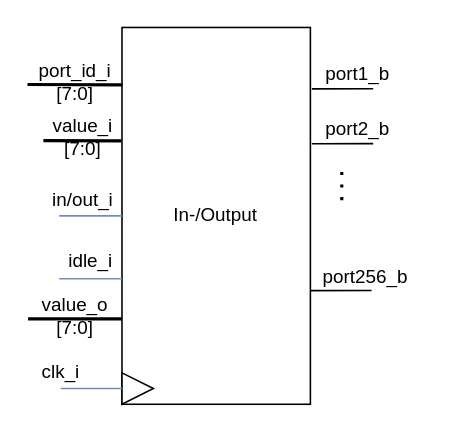
The draw.io diagram Blockbeschreibungen/IO_beschreibung.drawio in graefjk/RO2, before the edit. Source tidied: cells renumbered, new cells numbered last; positions are measured from the earlier drawing's top-left corner, leaving out a move shared by most shapes. Both pictures are drawn from the tidied source at 157%, with x=0, y=0 at pixel (27, 27).
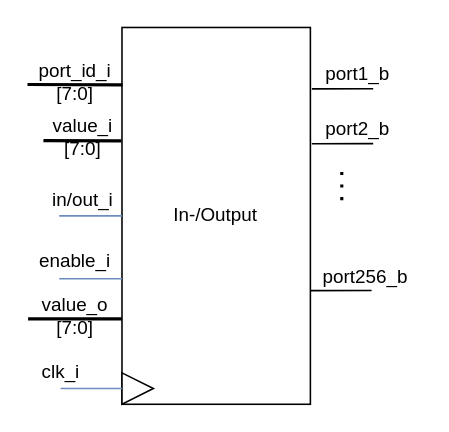
After the change.

Commit message (it also covers changes not shown here):
changed idle to enable

Diff of the diagram source:
```diff
@@
-    <mxCell id="7" value="idle_i" style="text;html=1;align=center;verticalAlign=middle;" parent="1" vertex="1">
-      <mxGeometry x="20.2" y="139" width="40" height="20" as="geometry" />
+    <mxCell id="7" value="enable_i" style="text;html=1;align=center;verticalAlign=middle;" parent="1" vertex="1">
+      <mxGeometry x="0.2" y="139" width="60" height="20" as="geometry" />
     </mxCell>
```
